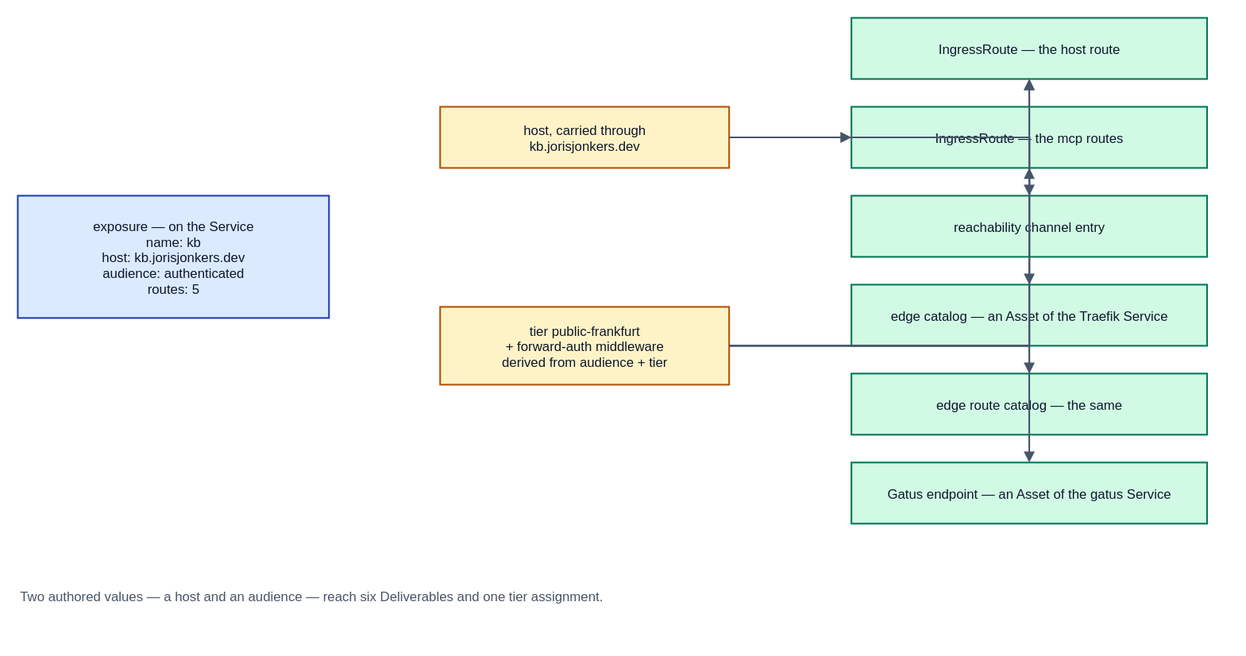
JorisJonkers-dev/deploy-kit keeps this draw.io diagram as spec/v1/diagrams/16-exposure-trace.drawio.svg. Above is the earlier version. Source tidied: cells renumbered, new cells last; positions are measured from the earlier drawing's top-left corner, leaving out a move shared by most shapes. Source of this version:
```xml
<mxGraphModel>
  <root>
    <mxCell id="0" />
    <mxCell id="1" parent="0" />
    <mxCell id="2" value="exposure — on the Service&#10;name: kb&#10;host: kb.jorisjonkers.dev&#10;audience: authenticated&#10;routes: 5" style="rounded=0;whiteSpace=nowrap;html=0;align=center;verticalAlign=middle;fillColor=#dbeafe;strokeColor=#1e40af;strokeWidth=1.5;fontFamily=Helvetica;fontSize=12;fontColor=#0f172a;" parent="1" vertex="1">
      <mxGeometry y="160" width="280" height="110" as="geometry" />
    </mxCell>
    <mxCell id="3" value="host, carried through&#10;kb.jorisjonkers.dev" style="rounded=0;whiteSpace=nowrap;html=0;align=center;verticalAlign=middle;fillColor=#fef3c7;strokeColor=#b45309;strokeWidth=1.5;fontFamily=Helvetica;fontSize=12;fontColor=#0f172a;" parent="1" vertex="1">
      <mxGeometry x="380" y="80" width="260" height="55" as="geometry" />
    </mxCell>
    <mxCell id="4" value="tier public-frankfurt&#10;+ forward-auth middleware&#10;derived from audience + tier" style="rounded=0;whiteSpace=nowrap;html=0;align=center;verticalAlign=middle;fillColor=#fef3c7;strokeColor=#b45309;strokeWidth=1.5;fontFamily=Helvetica;fontSize=12;fontColor=#0f172a;" parent="1" vertex="1">
      <mxGeometry x="380" y="260" width="260" height="70" as="geometry" />
    </mxCell>
    <mxCell id="5" value="IngressRoute — the host route" style="rounded=0;whiteSpace=nowrap;html=0;align=center;verticalAlign=middle;fillColor=#d1fae5;strokeColor=#047857;strokeWidth=1.5;fontFamily=Helvetica;fontSize=12;fontColor=#0f172a;" parent="1" vertex="1">
      <mxGeometry x="750" width="320" height="55" as="geometry" />
    </mxCell>
    <mxCell id="6" value="IngressRoute — the mcp routes" style="rounded=0;whiteSpace=nowrap;html=0;align=center;verticalAlign=middle;fillColor=#d1fae5;strokeColor=#047857;strokeWidth=1.5;fontFamily=Helvetica;fontSize=12;fontColor=#0f172a;" parent="1" vertex="1">
      <mxGeometry x="750" y="80" width="320" height="55" as="geometry" />
    </mxCell>
    <mxCell id="7" value="reachability channel entry" style="rounded=0;whiteSpace=nowrap;html=0;align=center;verticalAlign=middle;fillColor=#d1fae5;strokeColor=#047857;strokeWidth=1.5;fontFamily=Helvetica;fontSize=12;fontColor=#0f172a;" parent="1" vertex="1">
      <mxGeometry x="750" y="160" width="320" height="55" as="geometry" />
    </mxCell>
    <mxCell id="8" value="edge catalog — an Asset of the Traefik Service" style="rounded=0;whiteSpace=nowrap;html=0;align=center;verticalAlign=middle;fillColor=#d1fae5;strokeColor=#047857;strokeWidth=1.5;fontFamily=Helvetica;fontSize=12;fontColor=#0f172a;" parent="1" vertex="1">
      <mxGeometry x="750" y="240" width="320" height="55" as="geometry" />
    </mxCell>
    <mxCell id="9" value="edge route catalog — the same" style="rounded=0;whiteSpace=nowrap;html=0;align=center;verticalAlign=middle;fillColor=#d1fae5;strokeColor=#047857;strokeWidth=1.5;fontFamily=Helvetica;fontSize=12;fontColor=#0f172a;" parent="1" vertex="1">
      <mxGeometry x="750" y="320" width="320" height="55" as="geometry" />
    </mxCell>
    <mxCell id="10" value="Gatus endpoint — an Asset of the gatus Service" style="rounded=0;whiteSpace=nowrap;html=0;align=center;verticalAlign=middle;fillColor=#d1fae5;strokeColor=#047857;strokeWidth=1.5;fontFamily=Helvetica;fontSize=12;fontColor=#0f172a;" parent="1" vertex="1">
      <mxGeometry x="750" y="400" width="320" height="55" as="geometry" />
    </mxCell>
    <mxCell id="11" style="edgeStyle=orthogonalEdgeStyle;rounded=0;html=0;jettySize=auto;endArrow=block;endFill=1;strokeColor=#475569;strokeWidth=1.5;fontSize=11;fontFamily=Helvetica;labelBackgroundColor=#ffffff;" parent="1" edge="1" source="3" target="5">
      <mxGeometry relative="1" as="geometry" />
    </mxCell>
    <mxCell id="12" style="edgeStyle=orthogonalEdgeStyle;rounded=0;html=0;jettySize=auto;endArrow=block;endFill=1;strokeColor=#475569;strokeWidth=1.5;fontSize=11;fontFamily=Helvetica;labelBackgroundColor=#ffffff;" parent="1" edge="1" source="3" target="6">
      <mxGeometry relative="1" as="geometry" />
    </mxCell>
    <mxCell id="13" style="edgeStyle=orthogonalEdgeStyle;rounded=0;html=0;jettySize=auto;endArrow=block;endFill=1;strokeColor=#475569;strokeWidth=1.5;fontSize=11;fontFamily=Helvetica;labelBackgroundColor=#ffffff;" parent="1" edge="1" source="3" target="7">
      <mxGeometry relative="1" as="geometry" />
    </mxCell>
    <mxCell id="14" style="edgeStyle=orthogonalEdgeStyle;rounded=0;html=0;jettySize=auto;endArrow=block;endFill=1;strokeColor=#475569;strokeWidth=1.5;fontSize=11;fontFamily=Helvetica;labelBackgroundColor=#ffffff;" parent="1" edge="1" source="3" target="8">
      <mxGeometry relative="1" as="geometry" />
    </mxCell>
    <mxCell id="15" style="edgeStyle=orthogonalEdgeStyle;rounded=0;html=0;jettySize=auto;endArrow=block;endFill=1;strokeColor=#475569;strokeWidth=1.5;fontSize=11;fontFamily=Helvetica;labelBackgroundColor=#ffffff;" parent="1" edge="1" source="3" target="9">
      <mxGeometry relative="1" as="geometry" />
    </mxCell>
    <mxCell id="16" style="edgeStyle=orthogonalEdgeStyle;rounded=0;html=0;jettySize=auto;endArrow=block;endFill=1;strokeColor=#475569;strokeWidth=1.5;fontSize=11;fontFamily=Helvetica;labelBackgroundColor=#ffffff;" parent="1" edge="1" source="3" target="10">
      <mxGeometry relative="1" as="geometry" />
    </mxCell>
    <mxCell id="17" style="edgeStyle=orthogonalEdgeStyle;rounded=0;html=0;jettySize=auto;endArrow=block;endFill=1;strokeColor=#475569;strokeWidth=1.5;fontSize=11;fontFamily=Helvetica;labelBackgroundColor=#ffffff;" parent="1" edge="1" source="4" target="5">
      <mxGeometry relative="1" as="geometry" />
    </mxCell>
    <mxCell id="18" style="edgeStyle=orthogonalEdgeStyle;rounded=0;html=0;jettySize=auto;endArrow=block;endFill=1;strokeColor=#475569;strokeWidth=1.5;fontSize=11;fontFamily=Helvetica;labelBackgroundColor=#ffffff;" parent="1" edge="1" source="4" target="6">
      <mxGeometry relative="1" as="geometry" />
    </mxCell>
    <mxCell id="19" value="Two authored values — a host and an audience — reach six Deliverables and one tier assignment." style="text;html=0;strokeColor=none;fillColor=none;align=left;verticalAlign=middle;fontFamily=Helvetica;fontSize=12;fontColor=#475569;" parent="1" vertex="1">
      <mxGeometry y="500" width="700" height="40" as="geometry" />
    </mxCell>
  </root>
</mxGraphModel>
```
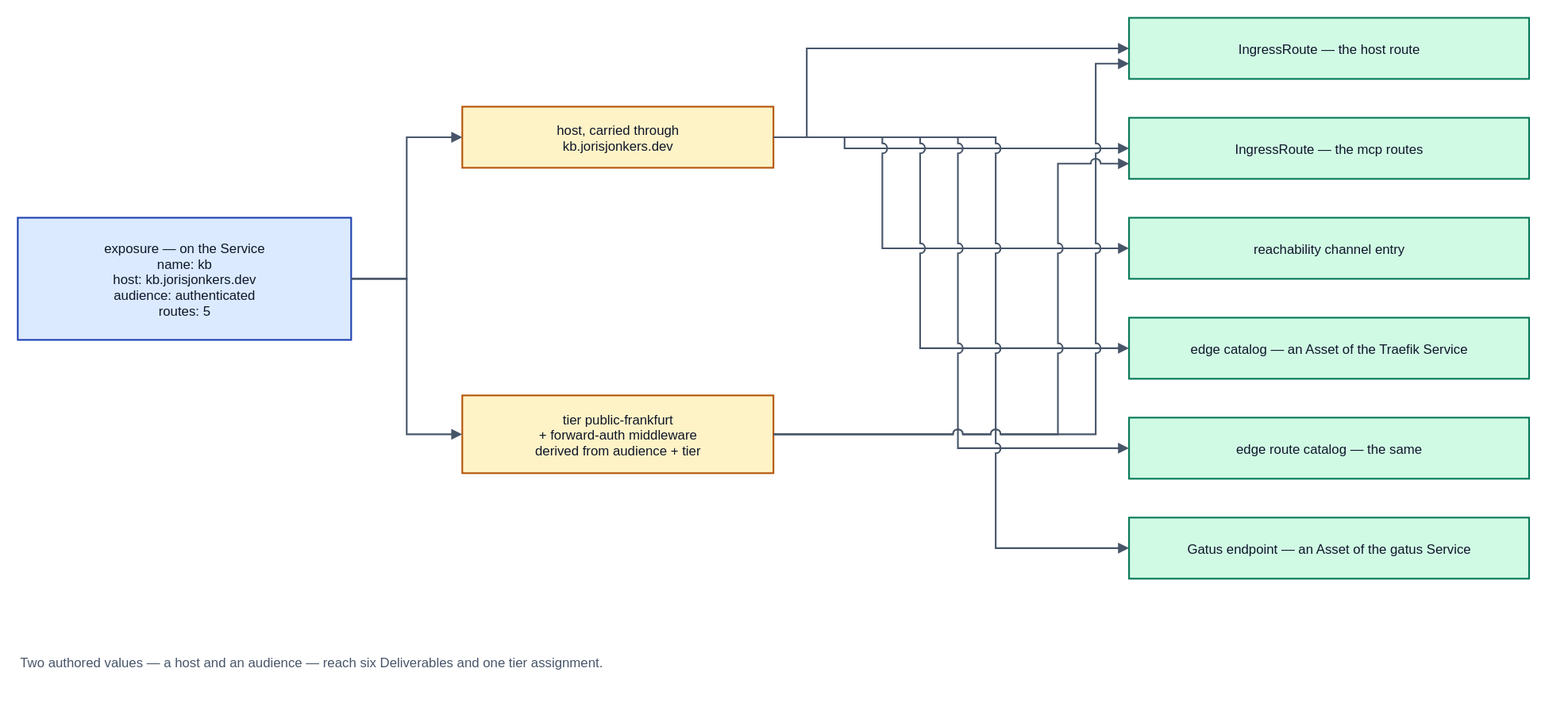
Later version of the same file.

What changed in the source:
```diff
@@ -2,59 +2,115 @@
   <root>
     <mxCell id="0" />
     <mxCell id="1" parent="0" />
-    <mxCell id="2" value="exposure — on the Service&#10;name: kb&#10;host: kb.jorisjonkers.dev&#10;audience: authenticated&#10;routes: 5" style="rounded=0;whiteSpace=nowrap;html=0;align=center;verticalAlign=middle;fillColor=#dbeafe;strokeColor=#1e40af;strokeWidth=1.5;fontFamily=Helvetica;fontSize=12;fontColor=#0f172a;" parent="1" vertex="1">
-      <mxGeometry y="160" width="280" height="110" as="geometry" />
+    <mxCell id="2" value="exposure  —  on the Service&#10;name: kb&#10;host: kb.jorisjonkers.dev&#10;audience: authenticated&#10;routes: 5" style="rounded=0;whiteSpace=nowrap;html=0;align=center;verticalAlign=middle;fillColor=#dbeafe;strokeColor=#1e40af;strokeWidth=1.5;fontFamily=Helvetica;fontSize=12;fontColor=#0f172a;" parent="1" vertex="1">
+      <mxGeometry y="180" width="300" height="110" as="geometry" />
     </mxCell>
     <mxCell id="3" value="host, carried through&#10;kb.jorisjonkers.dev" style="rounded=0;whiteSpace=nowrap;html=0;align=center;verticalAlign=middle;fillColor=#fef3c7;strokeColor=#b45309;strokeWidth=1.5;fontFamily=Helvetica;fontSize=12;fontColor=#0f172a;" parent="1" vertex="1">
-      <mxGeometry x="380" y="80" width="260" height="55" as="geometry" />
+      <mxGeometry x="400" y="80" width="280" height="55" as="geometry" />
     </mxCell>
     <mxCell id="4" value="tier public-frankfurt&#10;+ forward-auth middleware&#10;derived from audience + tier" style="rounded=0;whiteSpace=nowrap;html=0;align=center;verticalAlign=middle;fillColor=#fef3c7;strokeColor=#b45309;strokeWidth=1.5;fontFamily=Helvetica;fontSize=12;fontColor=#0f172a;" parent="1" vertex="1">
-      <mxGeometry x="380" y="260" width="260" height="70" as="geometry" />
+      <mxGeometry x="400" y="340" width="280" height="70" as="geometry" />
     </mxCell>
-    <mxCell id="5" value="IngressRoute — the host route" style="rounded=0;whiteSpace=nowrap;html=0;align=center;verticalAlign=middle;fillColor=#d1fae5;strokeColor=#047857;strokeWidth=1.5;fontFamily=Helvetica;fontSize=12;fontColor=#0f172a;" parent="1" vertex="1">
-      <mxGeometry x="750" width="320" height="55" as="geometry" />
+    <mxCell id="5" value="IngressRoute  —  the host route" style="rounded=0;whiteSpace=nowrap;html=0;align=center;verticalAlign=middle;fillColor=#d1fae5;strokeColor=#047857;strokeWidth=1.5;fontFamily=Helvetica;fontSize=12;fontColor=#0f172a;" parent="1" vertex="1">
+      <mxGeometry x="1000" width="360" height="55" as="geometry" />
     </mxCell>
-    <mxCell id="6" value="IngressRoute — the mcp routes" style="rounded=0;whiteSpace=nowrap;html=0;align=center;verticalAlign=middle;fillColor=#d1fae5;strokeColor=#047857;strokeWidth=1.5;fontFamily=Helvetica;fontSize=12;fontColor=#0f172a;" parent="1" vertex="1">
-      <mxGeometry x="750" y="80" width="320" height="55" as="geometry" />
+    <mxCell id="6" value="IngressRoute  —  the mcp routes" style="rounded=0;whiteSpace=nowrap;html=0;align=center;verticalAlign=middle;fillColor=#d1fae5;strokeColor=#047857;strokeWidth=1.5;fontFamily=Helvetica;fontSize=12;fontColor=#0f172a;" parent="1" vertex="1">
+      <mxGeometry x="1000" y="90" width="360" height="55" as="geometry" />
     </mxCell>
     <mxCell id="7" value="reachability channel entry" style="rounded=0;whiteSpace=nowrap;html=0;align=center;verticalAlign=middle;fillColor=#d1fae5;strokeColor=#047857;strokeWidth=1.5;fontFamily=Helvetica;fontSize=12;fontColor=#0f172a;" parent="1" vertex="1">
-      <mxGeometry x="750" y="160" width="320" height="55" as="geometry" />
+      <mxGeometry x="1000" y="180" width="360" height="55" as="geometry" />
     </mxCell>
-    <mxCell id="8" value="edge catalog — an Asset of the Traefik Service" style="rounded=0;whiteSpace=nowrap;html=0;align=center;verticalAlign=middle;fillColor=#d1fae5;strokeColor=#047857;strokeWidth=1.5;fontFamily=Helvetica;fontSize=12;fontColor=#0f172a;" parent="1" vertex="1">
-      <mxGeometry x="750" y="240" width="320" height="55" as="geometry" />
+    <mxCell id="8" value="edge catalog  —  an Asset of the Traefik Service" style="rounded=0;whiteSpace=nowrap;html=0;align=center;verticalAlign=middle;fillColor=#d1fae5;strokeColor=#047857;strokeWidth=1.5;fontFamily=Helvetica;fontSize=12;fontColor=#0f172a;" parent="1" vertex="1">
+      <mxGeometry x="1000" y="270" width="360" height="55" as="geometry" />
     </mxCell>
-    <mxCell id="9" value="edge route catalog — the same" style="rounded=0;whiteSpace=nowrap;html=0;align=center;verticalAlign=middle;fillColor=#d1fae5;strokeColor=#047857;strokeWidth=1.5;fontFamily=Helvetica;fontSize=12;fontColor=#0f172a;" parent="1" vertex="1">
-      <mxGeometry x="750" y="320" width="320" height="55" as="geometry" />
+    <mxCell id="9" value="edge route catalog  —  the same" style="rounded=0;whiteSpace=nowrap;html=0;align=center;verticalAlign=middle;fillColor=#d1fae5;strokeColor=#047857;strokeWidth=1.5;fontFamily=Helvetica;fontSize=12;fontColor=#0f172a;" parent="1" vertex="1">
+      <mxGeometry x="1000" y="360" width="360" height="55" as="geometry" />
     </mxCell>
-    <mxCell id="10" value="Gatus endpoint — an Asset of the gatus Service" style="rounded=0;whiteSpace=nowrap;html=0;align=center;verticalAlign=middle;fillColor=#d1fae5;strokeColor=#047857;strokeWidth=1.5;fontFamily=Helvetica;fontSize=12;fontColor=#0f172a;" parent="1" vertex="1">
-      <mxGeometry x="750" y="400" width="320" height="55" as="geometry" />
+    <mxCell id="10" value="Gatus endpoint  —  an Asset of the gatus Service" style="rounded=0;whiteSpace=nowrap;html=0;align=center;verticalAlign=middle;fillColor=#d1fae5;strokeColor=#047857;strokeWidth=1.5;fontFamily=Helvetica;fontSize=12;fontColor=#0f172a;" parent="1" vertex="1">
+      <mxGeometry x="1000" y="450" width="360" height="55" as="geometry" />
     </mxCell>
-    <mxCell id="11" style="edgeStyle=orthogonalEdgeStyle;rounded=0;html=0;jettySize=auto;endArrow=block;endFill=1;strokeColor=#475569;strokeWidth=1.5;fontSize=11;fontFamily=Helvetica;labelBackgroundColor=#ffffff;" parent="1" edge="1" source="3" target="5">
-      <mxGeometry relative="1" as="geometry" />
+    <mxCell id="11" style="edgeStyle=orthogonalEdgeStyle;rounded=0;html=0;jettySize=auto;jumpStyle=arc;jumpSize=8;endArrow=block;endFill=1;strokeColor=#475569;strokeWidth=1.5;fontSize=11;fontFamily=Helvetica;labelBackgroundColor=#ffffff;exitX=1;exitY=0.5;exitDx=0;exitDy=0;entryX=0;entryY=0.5;entryDx=0;entryDy=0;" parent="1" edge="1" source="2" target="3">
+      <mxGeometry relative="1" as="geometry">
+        <Array as="points">
+          <mxPoint x="350" y="235" />
+          <mxPoint x="350" y="107" />
+        </Array>
+      </mxGeometry>
     </mxCell>
-    <mxCell id="12" style="edgeStyle=orthogonalEdgeStyle;rounded=0;html=0;jettySize=auto;endArrow=block;endFill=1;strokeColor=#475569;strokeWidth=1.5;fontSize=11;fontFamily=Helvetica;labelBackgroundColor=#ffffff;" parent="1" edge="1" source="3" target="6">
-      <mxGeometry relative="1" as="geometry" />
+    <mxCell id="12" style="edgeStyle=orthogonalEdgeStyle;rounded=0;html=0;jettySize=auto;jumpStyle=arc;jumpSize=8;endArrow=block;endFill=1;strokeColor=#475569;strokeWidth=1.5;fontSize=11;fontFamily=Helvetica;labelBackgroundColor=#ffffff;exitX=1;exitY=0.5;exitDx=0;exitDy=0;entryX=0;entryY=0.5;entryDx=0;entryDy=0;" parent="1" edge="1" source="2" target="4">
+      <mxGeometry relative="1" as="geometry">
+        <Array as="points">
+          <mxPoint x="350" y="235" />
+          <mxPoint x="350" y="375" />
+        </Array>
+      </mxGeometry>
     </mxCell>
-    <mxCell id="13" style="edgeStyle=orthogonalEdgeStyle;rounded=0;html=0;jettySize=auto;endArrow=block;endFill=1;strokeColor=#475569;strokeWidth=1.5;fontSize=11;fontFamily=Helvetica;labelBackgroundColor=#ffffff;" parent="1" edge="1" source="3" target="7">
-      <mxGeometry relative="1" as="geometry" />
+    <mxCell id="13" style="edgeStyle=orthogonalEdgeStyle;rounded=0;html=0;jettySize=auto;jumpStyle=arc;jumpSize=8;endArrow=block;endFill=1;strokeColor=#475569;strokeWidth=1.5;fontSize=11;fontFamily=Helvetica;labelBackgroundColor=#ffffff;exitX=1;exitY=0.5;exitDx=0;exitDy=0;entryX=0;entryY=0.5;entryDx=0;entryDy=0;" parent="1" edge="1" source="3" target="5">
+      <mxGeometry relative="1" as="geometry">
+        <Array as="points">
+          <mxPoint x="710" y="107" />
+          <mxPoint x="710" y="27" />
+        </Array>
+      </mxGeometry>
     </mxCell>
-    <mxCell id="14" style="edgeStyle=orthogonalEdgeStyle;rounded=0;html=0;jettySize=auto;endArrow=block;endFill=1;strokeColor=#475569;strokeWidth=1.5;fontSize=11;fontFamily=Helvetica;labelBackgroundColor=#ffffff;" parent="1" edge="1" source="3" target="8">
-      <mxGeometry relative="1" as="geometry" />
+    <mxCell id="14" style="edgeStyle=orthogonalEdgeStyle;rounded=0;html=0;jettySize=auto;jumpStyle=arc;jumpSize=8;endArrow=block;endFill=1;strokeColor=#475569;strokeWidth=1.5;fontSize=11;fontFamily=Helvetica;labelBackgroundColor=#ffffff;exitX=1;exitY=0.5;exitDx=0;exitDy=0;entryX=0;entryY=0.5;entryDx=0;entryDy=0;" parent="1" edge="1" source="3" target="6">
+      <mxGeometry relative="1" as="geometry">
+        <Array as="points">
+          <mxPoint x="744" y="107" />
+          <mxPoint x="744" y="117" />
+        </Array>
+      </mxGeometry>
     </mxCell>
-    <mxCell id="15" style="edgeStyle=orthogonalEdgeStyle;rounded=0;html=0;jettySize=auto;endArrow=block;endFill=1;strokeColor=#475569;strokeWidth=1.5;fontSize=11;fontFamily=Helvetica;labelBackgroundColor=#ffffff;" parent="1" edge="1" source="3" target="9">
-      <mxGeometry relative="1" as="geometry" />
+    <mxCell id="15" style="edgeStyle=orthogonalEdgeStyle;rounded=0;html=0;jettySize=auto;jumpStyle=arc;jumpSize=8;endArrow=block;endFill=1;strokeColor=#475569;strokeWidth=1.5;fontSize=11;fontFamily=Helvetica;labelBackgroundColor=#ffffff;exitX=1;exitY=0.5;exitDx=0;exitDy=0;entryX=0;entryY=0.5;entryDx=0;entryDy=0;" parent="1" edge="1" source="3" target="7">
+      <mxGeometry relative="1" as="geometry">
+        <Array as="points">
+          <mxPoint x="778" y="107" />
+          <mxPoint x="778" y="207" />
+        </Array>
+      </mxGeometry>
     </mxCell>
-    <mxCell id="16" style="edgeStyle=orthogonalEdgeStyle;rounded=0;html=0;jettySize=auto;endArrow=block;endFill=1;strokeColor=#475569;strokeWidth=1.5;fontSize=11;fontFamily=Helvetica;labelBackgroundColor=#ffffff;" parent="1" edge="1" source="3" target="10">
-      <mxGeometry relative="1" as="geometry" />
+    <mxCell id="16" style="edgeStyle=orthogonalEdgeStyle;rounded=0;html=0;jettySize=auto;jumpStyle=arc;jumpSize=8;endArrow=block;endFill=1;strokeColor=#475569;strokeWidth=1.5;fontSize=11;fontFamily=Helvetica;labelBackgroundColor=#ffffff;exitX=1;exitY=0.5;exitDx=0;exitDy=0;entryX=0;entryY=0.5;entryDx=0;entryDy=0;" parent="1" edge="1" source="3" target="8">
+      <mxGeometry relative="1" as="geometry">
+        <Array as="points">
+          <mxPoint x="812" y="107" />
+          <mxPoint x="812" y="297" />
+        </Array>
+      </mxGeometry>
     </mxCell>
-    <mxCell id="17" style="edgeStyle=orthogonalEdgeStyle;rounded=0;html=0;jettySize=auto;endArrow=block;endFill=1;strokeColor=#475569;strokeWidth=1.5;fontSize=11;fontFamily=Helvetica;labelBackgroundColor=#ffffff;" parent="1" edge="1" source="4" target="5">
-      <mxGeometry relative="1" as="geometry" />
+    <mxCell id="17" style="edgeStyle=orthogonalEdgeStyle;rounded=0;html=0;jettySize=auto;jumpStyle=arc;jumpSize=8;endArrow=block;endFill=1;strokeColor=#475569;strokeWidth=1.5;fontSize=11;fontFamily=Helvetica;labelBackgroundColor=#ffffff;exitX=1;exitY=0.5;exitDx=0;exitDy=0;entryX=0;entryY=0.5;entryDx=0;entryDy=0;" parent="1" edge="1" source="3" target="9">
+      <mxGeometry relative="1" as="geometry">
+        <Array as="points">
+          <mxPoint x="846" y="107" />
+          <mxPoint x="846" y="387" />
+        </Array>
+      </mxGeometry>
     </mxCell>
-    <mxCell id="18" style="edgeStyle=orthogonalEdgeStyle;rounded=0;html=0;jettySize=auto;endArrow=block;endFill=1;strokeColor=#475569;strokeWidth=1.5;fontSize=11;fontFamily=Helvetica;labelBackgroundColor=#ffffff;" parent="1" edge="1" source="4" target="6">
-      <mxGeometry relative="1" as="geometry" />
+    <mxCell id="18" style="edgeStyle=orthogonalEdgeStyle;rounded=0;html=0;jettySize=auto;jumpStyle=arc;jumpSize=8;endArrow=block;endFill=1;strokeColor=#475569;strokeWidth=1.5;fontSize=11;fontFamily=Helvetica;labelBackgroundColor=#ffffff;exitX=1;exitY=0.5;exitDx=0;exitDy=0;entryX=0;entryY=0.5;entryDx=0;entryDy=0;" parent="1" edge="1" source="3" target="10">
+      <mxGeometry relative="1" as="geometry">
+        <Array as="points">
+          <mxPoint x="880" y="107" />
+          <mxPoint x="880" y="477" />
+        </Array>
+      </mxGeometry>
     </mxCell>
+    <mxCell id="20" style="edgeStyle=orthogonalEdgeStyle;rounded=0;html=0;jettySize=auto;jumpStyle=arc;jumpSize=8;endArrow=block;endFill=1;strokeColor=#475569;strokeWidth=1.5;fontSize=11;fontFamily=Helvetica;labelBackgroundColor=#ffffff;exitX=1;exitY=0.5;exitDx=0;exitDy=0;entryX=0;entryY=0.75;entryDx=0;entryDy=0;" parent="1" edge="1" source="4" target="5">
+      <mxGeometry relative="1" as="geometry">
+        <Array as="points">
+          <mxPoint x="970" y="375" />
+          <mxPoint x="970" y="41" />
+        </Array>
+      </mxGeometry>
+    </mxCell>
+    <mxCell id="21" style="edgeStyle=orthogonalEdgeStyle;rounded=0;html=0;jettySize=auto;jumpStyle=arc;jumpSize=8;endArrow=block;endFill=1;strokeColor=#475569;strokeWidth=1.5;fontSize=11;fontFamily=Helvetica;labelBackgroundColor=#ffffff;exitX=1;exitY=0.5;exitDx=0;exitDy=0;entryX=0;entryY=0.75;entryDx=0;entryDy=0;" parent="1" edge="1" source="4" target="6">
+      <mxGeometry relative="1" as="geometry">
+        <Array as="points">
+          <mxPoint x="936" y="375" />
+          <mxPoint x="936" y="131" />
+        </Array>
+      </mxGeometry>
+    </mxCell>
-    <mxCell id="19" value="Two authored values — a host and an audience — reach six Deliverables and one tier assignment." style="text;html=0;strokeColor=none;fillColor=none;align=left;verticalAlign=middle;fontFamily=Helvetica;fontSize=12;fontColor=#475569;" parent="1" vertex="1">
-      <mxGeometry y="500" width="700" height="40" as="geometry" />
+    <mxCell id="19" value="Two authored values  —  a host and an audience  —  reach six Deliverables and one tier assignment." style="text;html=0;strokeColor=none;fillColor=none;align=left;verticalAlign=middle;fontFamily=Helvetica;fontSize=12;fontColor=#475569;" parent="1" vertex="1">
+      <mxGeometry y="560" width="800" height="40" as="geometry" />
     </mxCell>
   </root>
 </mxGraphModel>
```
